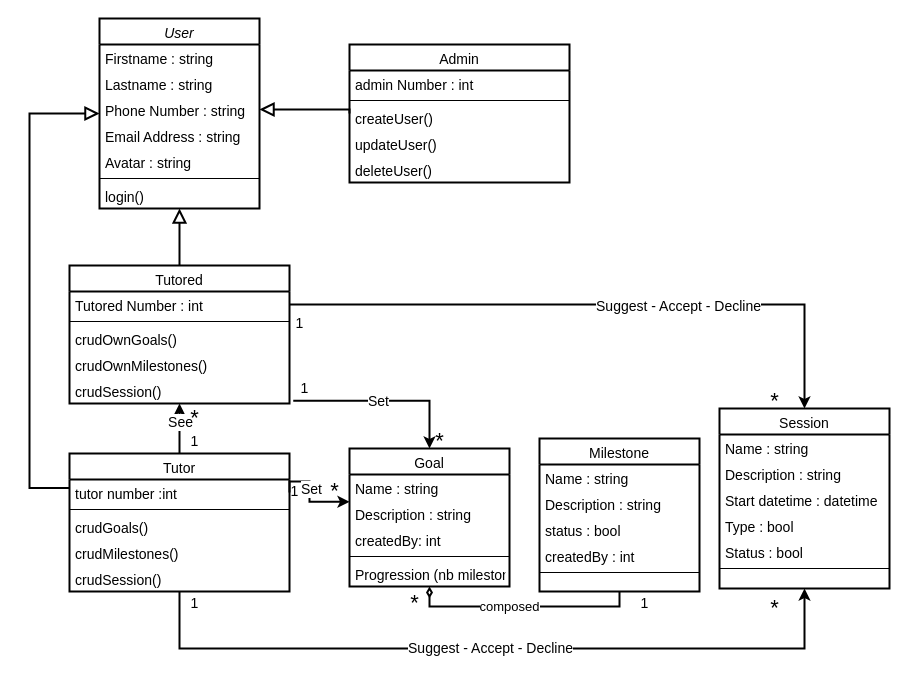
Earlier version of the draw.io diagram page "Diagramme de classes" (4 of 4) of uml_avenirs.drawio (cbeauquel/oc_projet9). Source tidied: cells renumbered, new cells numbered last; positions are measured from the earlier drawing's top-left corner, leaving out a move shared by most shapes. Both pictures are drawn from the tidied source at 100%, with x=0, y=0 at pixel (29, 18).
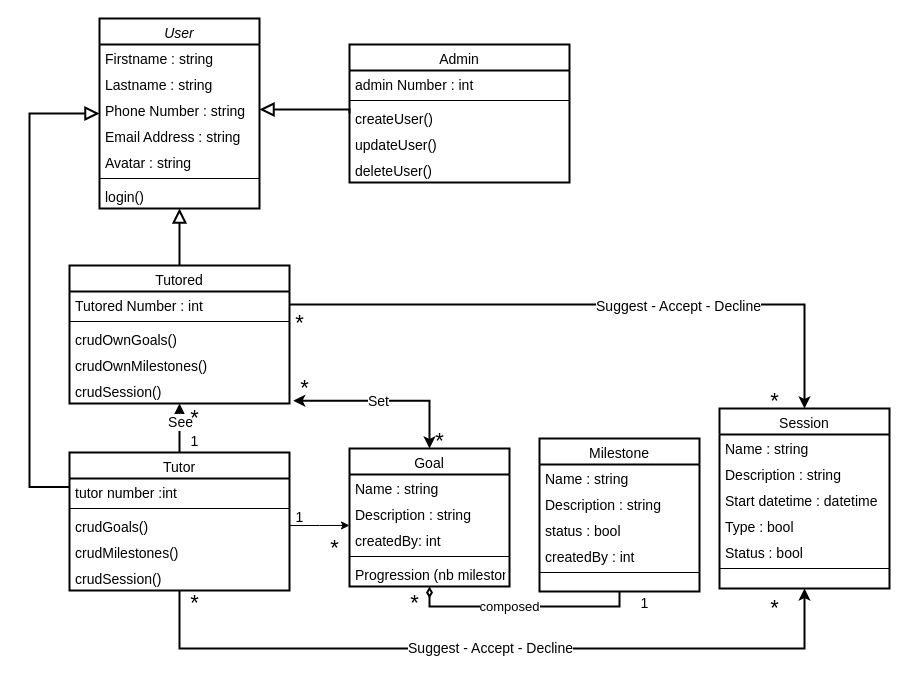
Above is the later version.

Commit message:
Mettre à jour uml_avenirs.drawio diagramme de classe modif relations

The change refers to these unchanged cells:
```xml
<mxCell id="17" value="crudSession()" style="text;align=left;verticalAlign=top;spacingLeft=4;spacingRight=4;overflow=hidden;points=[[0,0.5],[1,0.5]];portConstraint=eastwest;fontSize=14;" parent="12" vertex="1">
  <mxGeometry y="112" width="220" height="26" as="geometry" />
</mxCell>
<mxCell id="26" value="tutor number :int" style="text;align=left;verticalAlign=top;spacingLeft=4;spacingRight=4;overflow=hidden;points=[[0,0.5],[1,0.5]];portConstraint=eastwest;fontSize=14;" parent="25" vertex="1">
  <mxGeometry y="26" width="220" height="26" as="geometry" />
</mxCell>
<mxCell id="28" value="crudGoals()" style="text;align=left;verticalAlign=top;spacingLeft=4;spacingRight=4;overflow=hidden;points=[[0,0.5],[1,0.5]];portConstraint=eastwest;fontSize=14;" parent="25" vertex="1">
  <mxGeometry y="60" width="220" height="26" as="geometry" />
</mxCell>
<mxCell id="34" value="Goal" style="swimlane;fontStyle=0;align=center;verticalAlign=top;horizontal=1;startSize=26;rounded=0;shadow=0;strokeWidth=2;fontSize=14;" parent="1" vertex="1">
  <mxGeometry x="320" y="430" width="160" height="138" as="geometry" />
</mxCell>
<mxCell id="36" value="Description : string" style="text;align=left;verticalAlign=top;spacingLeft=4;spacingRight=4;overflow=hidden;points=[[0,0.5],[1,0.5]];portConstraint=eastwest;fontSize=14;" parent="34" vertex="1">
  <mxGeometry y="52" width="160" height="26" as="geometry" />
</mxCell>
```

What changed in the source:
```diff
@@
-    <mxCell id="10" style="edgeStyle=orthogonalEdgeStyle;rounded=0;jettySize=auto;html=1;exitX=1.017;exitY=0.891;exitDx=0;exitDy=0;entryX=0.5;entryY=0;entryDx=0;entryDy=0;exitPerimeter=0;strokeWidth=2;fontSize=14;" parent="1" edge="1" source="17" target="34">
+    <mxCell id="10" style="edgeStyle=orthogonalEdgeStyle;rounded=0;jettySize=auto;html=1;exitX=1.017;exitY=0.891;exitDx=0;exitDy=0;entryX=0.5;entryY=0;entryDx=0;entryDy=0;exitPerimeter=0;strokeWidth=2;fontSize=14;startArrow=classic;startFill=1;" parent="1" edge="1" source="17" target="34">
       <mxGeometry relative="1" as="geometry" />
     </mxCell>
@@
-    <mxCell id="19" style="edgeStyle=orthogonalEdgeStyle;rounded=0;jettySize=auto;html=1;exitX=1;exitY=0.5;exitDx=0;exitDy=0;entryX=0;entryY=0.051;entryDx=0;entryDy=0;entryPerimeter=0;strokeWidth=2;fontSize=14;" parent="1" edge="1" source="26" target="36">
-      <mxGeometry relative="1" as="geometry">
-        <Array as="points">
-          <mxPoint x="260" y="463" />
-          <mxPoint x="280" y="463" />
-          <mxPoint x="280" y="483" />
-        </Array>
-      </mxGeometry>
-    </mxCell>
-    <mxCell id="20" value="Set" style="edgeLabel;html=1;align=center;verticalAlign=middle;fontSize=14;" parent="19" vertex="1">
-      <mxGeometry x="-0.16" y="1" relative="1" as="geometry" />
-    </mxCell>
@@
     <mxCell id="25" value="Tutor" style="swimlane;fontStyle=0;align=center;verticalAlign=top;horizontal=1;startSize=26;rounded=0;shadow=0;strokeWidth=2;fontSize=14;" parent="1" vertex="1">
-      <mxGeometry x="40" y="435" width="220" height="138" as="geometry" />
+      <mxGeometry x="40" y="434" width="220" height="138" as="geometry" />
     </mxCell>
@@
-    <mxCell id="49" value="1" style="text;html=1;align=center;verticalAlign=middle;strokeColor=none;fillColor=none;fontSize=14;" parent="1" vertex="1">
-      <mxGeometry x="260" y="355" width="30" height="30" as="geometry" />
+    <mxCell id="49" value="*" style="text;html=1;align=center;verticalAlign=middle;strokeColor=none;fillColor=none;fontSize=22;" parent="1" vertex="1">
+      <mxGeometry x="260" y="350" width="30" height="40" as="geometry" />
     </mxCell>
@@
-    <mxCell id="51" value="1" style="text;html=1;align=center;verticalAlign=middle;strokeColor=none;fillColor=none;fontSize=14;" parent="1" vertex="1">
-      <mxGeometry x="255" y="290" width="30" height="30" as="geometry" />
+    <mxCell id="51" value="&lt;font style=&quot;font-size: 22px;&quot;&gt;*&lt;/font&gt;" style="text;html=1;align=center;verticalAlign=middle;strokeColor=none;fillColor=none;fontSize=14;" parent="1" vertex="1">
+      <mxGeometry x="255" y="285" width="30" height="40" as="geometry" />
     </mxCell>
@@
-    <mxCell id="53" value="&lt;font style=&quot;font-size: 22px;&quot;&gt;*&lt;/font&gt;" style="text;html=1;align=center;verticalAlign=middle;strokeColor=none;fillColor=none;strokeWidth=2;fontSize=22;" parent="1" vertex="1">
-      <mxGeometry x="290" y="453" width="30" height="40" as="geometry" />
-    </mxCell>
-    <mxCell id="54" value="1" style="text;html=1;align=center;verticalAlign=middle;strokeColor=none;fillColor=none;fontSize=14;" parent="1" vertex="1">
-      <mxGeometry x="250" y="458" width="30" height="30" as="geometry" />
-    </mxCell>
-    <mxCell id="55" value="1" style="text;html=1;align=center;verticalAlign=middle;strokeColor=none;fillColor=none;fontSize=14;" parent="1" vertex="1">
-      <mxGeometry x="150" y="570" width="30" height="30" as="geometry" />
+    <mxCell id="55" value="&lt;span style=&quot;font-size: 22px;&quot;&gt;*&lt;/span&gt;" style="text;html=1;align=center;verticalAlign=middle;strokeColor=none;fillColor=none;fontSize=14;" parent="1" vertex="1">
+      <mxGeometry x="150" y="565" width="30" height="40" as="geometry" />
     </mxCell>
@@
+    <mxCell id="74" style="edgeStyle=orthogonalEdgeStyle;rounded=0;jettySize=auto;html=1;exitX=1;exitY=0.5;exitDx=0;exitDy=0;entryX=0;entryY=0.959;entryDx=0;entryDy=0;entryPerimeter=0;" parent="1" edge="1" source="28" target="36">
+      <mxGeometry relative="1" as="geometry" />
+    </mxCell>
+    <mxCell id="53" value="*" style="text;html=1;align=center;verticalAlign=middle;strokeColor=none;fillColor=none;fontSize=22;" parent="1" vertex="1">
+      <mxGeometry x="290" y="510" width="30" height="40" as="geometry" />
+    </mxCell>
+    <mxCell id="54" value="1" style="text;html=1;align=center;verticalAlign=middle;strokeColor=none;fillColor=none;fontSize=14;" parent="1" vertex="1">
+      <mxGeometry x="255" y="484" width="30" height="30" as="geometry" />
+    </mxCell>
```
